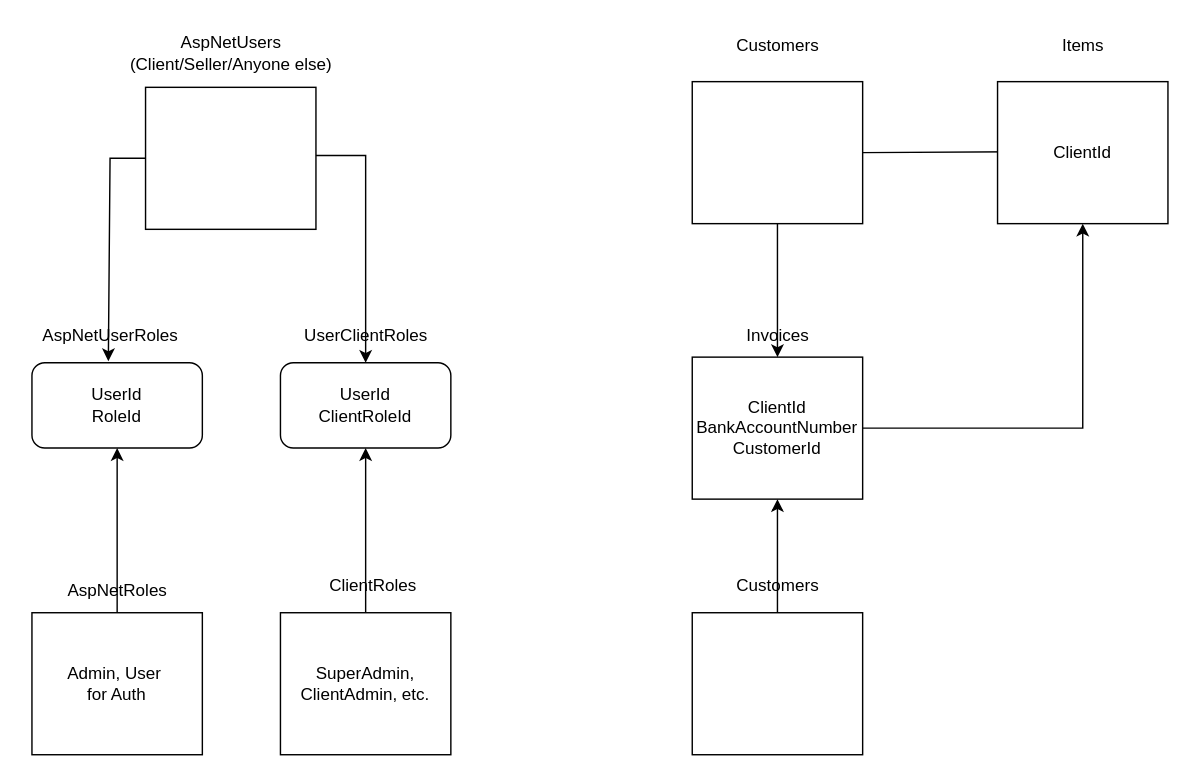
Earlier version of the draw.io diagram CSharpInDepth/Infrastructure/ReportHub.drawio (abbosbeck/CSharpInDepth). Source tidied: cells renumbered, new cells numbered last; positions are measured from the earlier drawing's top-left corner, leaving out a move shared by most shapes. Both pictures are drawn from the tidied source at 142%, with x=0, y=0 at pixel (24, 24).
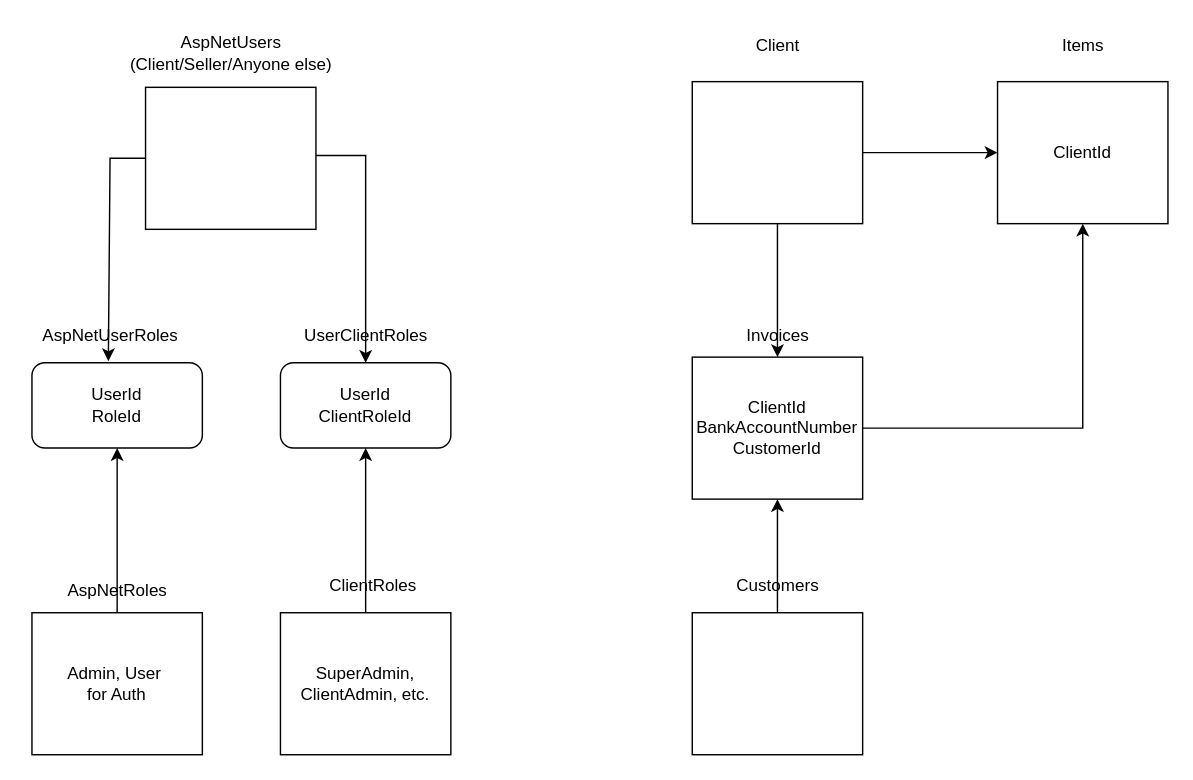
The same diagram, later.

Unchanged cells that the change refers to:
```xml
<mxCell id="10" value="ClientId" style="rounded=0;whiteSpace=wrap;html=1;" parent="1" vertex="1">
  <mxGeometry x="685" y="40" width="120" height="100" as="geometry" />
</mxCell>
<mxCell id="16" style="rounded=0;whiteSpace=wrap;html=1;" parent="1" vertex="1">
  <mxGeometry x="470" y="40" width="120" height="100" as="geometry" />
</mxCell>
```

The edit, as a diff of the source:
```diff
@@
-    <mxCell id="9" style="endArrow=classic;html=1;rounded=0;exitX=1;exitY=0.5;exitDx=0;exitDy=0;" parent="1" edge="1" source="16">
-      <mxGeometry relative="1" as="geometry">
-        <mxPoint x="780" y="89" as="targetPoint" />
-      </mxGeometry>
+    <mxCell id="9" style="endArrow=classic;html=1;rounded=0;exitX=1;exitY=0.5;exitDx=0;exitDy=0;entryX=0;entryY=0.5;entryDx=0;entryDy=0;" parent="1" edge="1" source="16" target="10">
+      <mxGeometry relative="1" as="geometry" />
     </mxCell>
@@
-    <mxCell id="19" value="Customers" style="text;html=1;align=center;verticalAlign=middle;strokeColor=none;fillColor=none;" parent="1" vertex="1">
-      <mxGeometry x="490" width="80" height="30" as="geometry" />
+    <mxCell id="19" value="Client" style="text;html=1;align=center;verticalAlign=middle;strokeColor=none;fillColor=none;" parent="1" vertex="1">
+      <mxGeometry x="505" width="50" height="30" as="geometry" />
     </mxCell>
```
